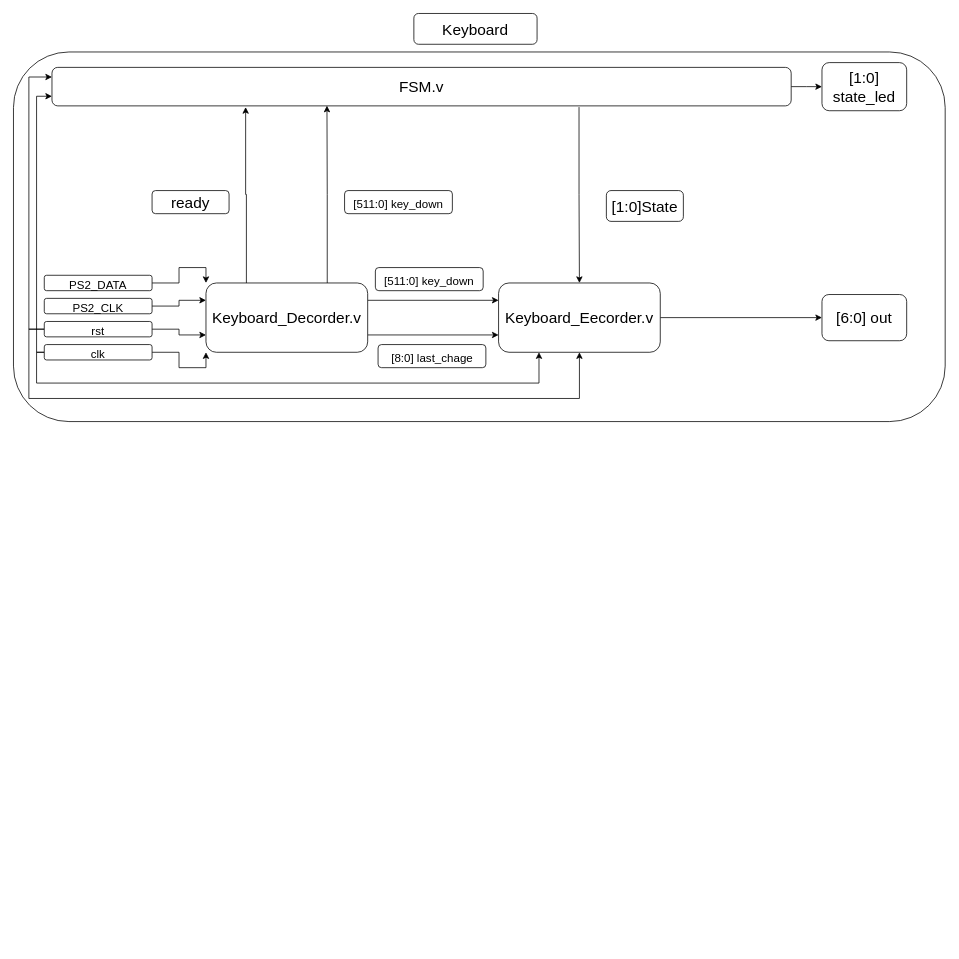
The draw.io diagram Keyboard_4.drawio in Allenaxe/diagram, before the edit. Source tidied: cells renumbered, new cells numbered last; positions are measured from the earlier drawing's top-left corner, leaving out a move shared by most shapes. Both pictures are drawn from the tidied source at 77%, with x=0, y=0 at pixel (13, 13).
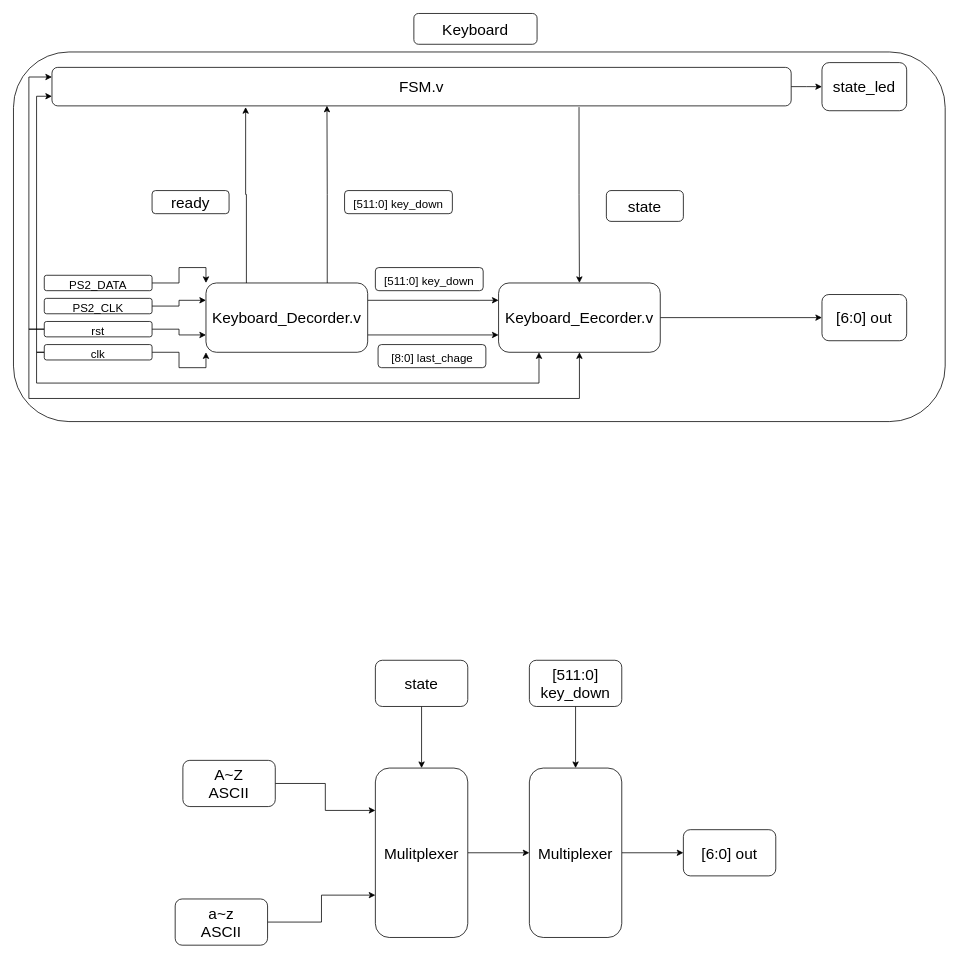
The same page after the edit.

Diff of the diagram source:
```diff
@@
-    <mxCell id="29" value="&lt;font style=&quot;font-size: 20px&quot;&gt;[1:0] state_led&lt;/font&gt;" style="whiteSpace=wrap;html=1;rounded=1;" parent="1" vertex="1">
+    <mxCell id="29" value="&lt;font style=&quot;font-size: 20px&quot;&gt;state_led&lt;/font&gt;" style="whiteSpace=wrap;html=1;rounded=1;" parent="1" vertex="1">
       <mxGeometry x="1050" y="63.8" width="110" height="62.5" as="geometry" />
     </mxCell>
-    <mxCell id="30" value="&lt;font style=&quot;font-size: 20px&quot;&gt;[1:0]State&lt;/font&gt;" style="whiteSpace=wrap;html=1;rounded=1;" parent="1" vertex="1">
+    <mxCell id="30" value="&lt;font style=&quot;font-size: 20px&quot;&gt;state&lt;/font&gt;" style="whiteSpace=wrap;html=1;rounded=1;" parent="1" vertex="1">
       <mxGeometry x="770" y="230" width="100" height="40" as="geometry" />
     </mxCell>
@@
+    <mxCell id="33" style="edgeStyle=orthogonalEdgeStyle;rounded=0;jettySize=auto;html=1;fontSize=20;" parent="1" edge="1" source="34" target="42">
+      <mxGeometry relative="1" as="geometry" />
+    </mxCell>
+    <mxCell id="34" value="Mulitplexer" style="rounded=1;whiteSpace=wrap;html=1;fontSize=20;" parent="1" vertex="1">
+      <mxGeometry x="470" y="980" width="120" height="220" as="geometry" />
+    </mxCell>
+    <mxCell id="35" style="edgeStyle=orthogonalEdgeStyle;rounded=0;jettySize=auto;html=1;fontSize=20;" parent="1" edge="1" source="36" target="34">
+      <mxGeometry relative="1" as="geometry" />
+    </mxCell>
+    <mxCell id="36" value="state" style="rounded=1;whiteSpace=wrap;html=1;fontSize=20;" parent="1" vertex="1">
+      <mxGeometry x="470" y="840" width="120" height="60" as="geometry" />
+    </mxCell>
+    <mxCell id="37" style="edgeStyle=orthogonalEdgeStyle;rounded=0;jettySize=auto;html=1;exitX=1;exitY=0.5;exitDx=0;exitDy=0;entryX=0;entryY=0.25;entryDx=0;entryDy=0;fontSize=20;" parent="1" edge="1" source="38" target="34">
+      <mxGeometry relative="1" as="geometry" />
+    </mxCell>
+    <mxCell id="38" value="A~Z&lt;br&gt;ASCII" style="rounded=1;whiteSpace=wrap;html=1;fontSize=20;" parent="1" vertex="1">
+      <mxGeometry x="220" y="970" width="120" height="60" as="geometry" />
+    </mxCell>
+    <mxCell id="39" style="edgeStyle=orthogonalEdgeStyle;rounded=0;jettySize=auto;html=1;exitX=1;exitY=0.5;exitDx=0;exitDy=0;entryX=0;entryY=0.75;entryDx=0;entryDy=0;fontSize=20;" parent="1" edge="1" source="40" target="34">
+      <mxGeometry relative="1" as="geometry" />
+    </mxCell>
+    <mxCell id="40" value="a~z&lt;br&gt;ASCII" style="rounded=1;whiteSpace=wrap;html=1;fontSize=20;" parent="1" vertex="1">
+      <mxGeometry x="210" y="1150" width="120" height="60" as="geometry" />
+    </mxCell>
+    <mxCell id="41" style="edgeStyle=orthogonalEdgeStyle;rounded=0;jettySize=auto;html=1;fontSize=20;" parent="1" edge="1" source="42" target="45">
+      <mxGeometry relative="1" as="geometry" />
+    </mxCell>
+    <mxCell id="42" value="Multiplexer" style="whiteSpace=wrap;html=1;fontSize=20;rounded=1;" parent="1" vertex="1">
+      <mxGeometry x="670" y="980" width="120" height="220" as="geometry" />
+    </mxCell>
+    <mxCell id="43" style="edgeStyle=orthogonalEdgeStyle;rounded=0;jettySize=auto;html=1;fontSize=20;" parent="1" edge="1" source="44" target="42">
+      <mxGeometry relative="1" as="geometry" />
+    </mxCell>
+    <mxCell id="44" value="[511:0]&lt;br&gt;key_down" style="rounded=1;whiteSpace=wrap;html=1;fontSize=20;" parent="1" vertex="1">
+      <mxGeometry x="670" y="840" width="120" height="60" as="geometry" />
+    </mxCell>
+    <mxCell id="45" value="[6:0] out" style="whiteSpace=wrap;html=1;fontSize=20;rounded=1;" parent="1" vertex="1">
+      <mxGeometry x="870" y="1060" width="120" height="60" as="geometry" />
+    </mxCell>
```
